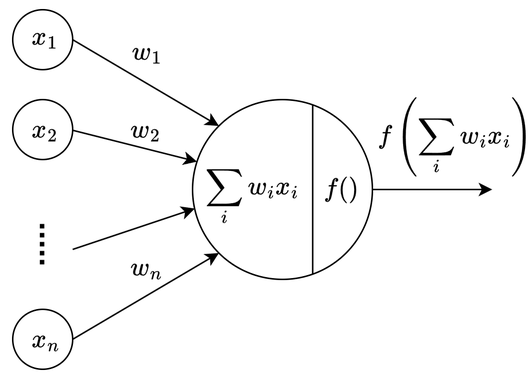
The draw.io diagram Chapter2/Artifical_Perceptron.png in XiaoyongZHANG/AI_Lecture_A, before a commit. Source tidied: cells renumbered, new cells last; positions are measured from the earlier drawing's top-left corner, leaving out a move shared by most shapes.
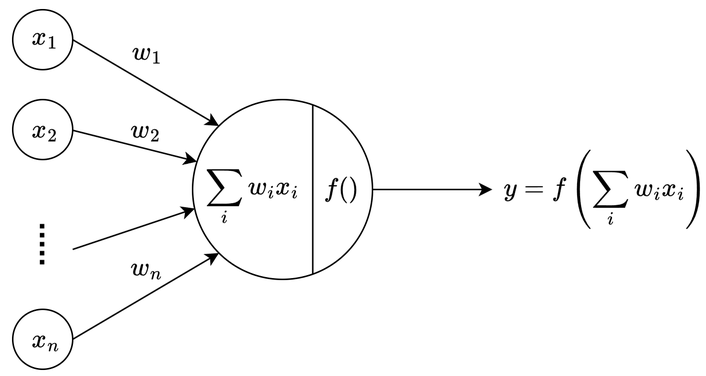
The same diagram one commit later.

What changed in the source:
```diff
@@ -72,8 +72,8 @@
     <mxCell id="20" value="$$f( )$$" style="text;html=1;align=center;verticalAlign=middle;whiteSpace=wrap;rounded=0;fontSize=15;" parent="1" vertex="1">
       <mxGeometry x="198" y="105" width="60" height="30" as="geometry" />
     </mxCell>
-    <mxCell id="21" value="$$f \left(\sum_i w_ix_i\right)$$" style="text;html=1;align=center;verticalAlign=middle;whiteSpace=wrap;rounded=0;fontSize=15;" parent="1" vertex="1">
-      <mxGeometry x="273" y="70" width="60" height="30" as="geometry" />
+    <mxCell id="21" value="$$y=f \left(\sum_i w_ix_i\right)$$" style="text;html=1;align=center;verticalAlign=middle;whiteSpace=wrap;rounded=0;fontSize=15;" parent="1" vertex="1">
+      <mxGeometry x="377.5" y="105" width="51" height="30" as="geometry" />
     </mxCell>
   </root>
 </mxGraphModel>
```
